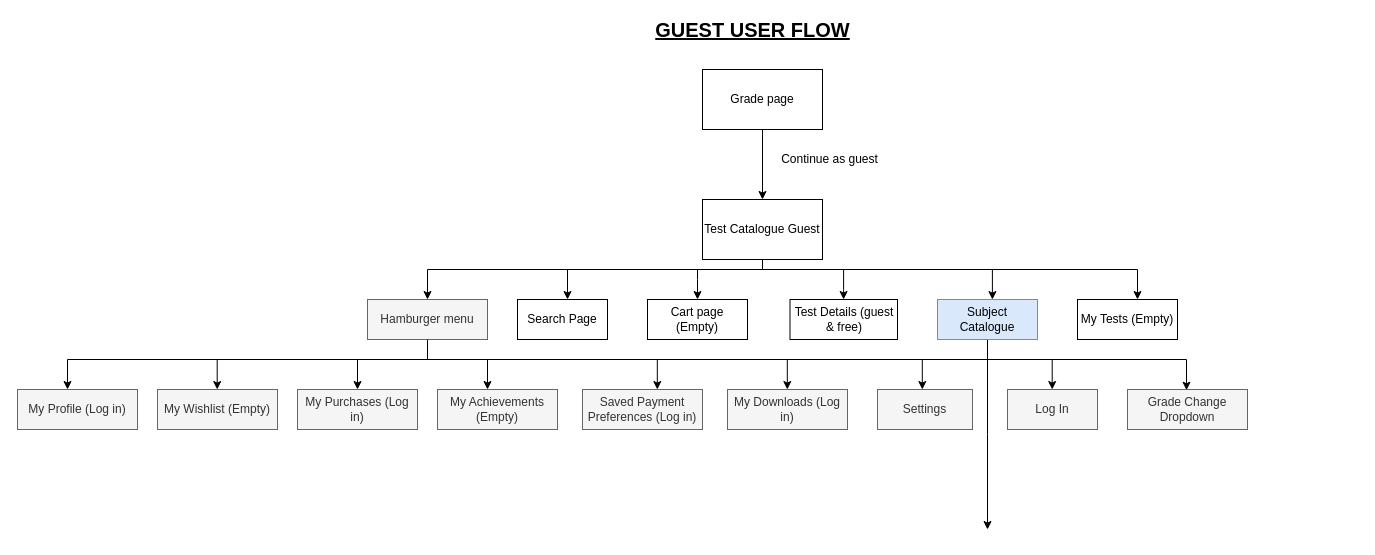
Above: Untitled Diagram.drawio in NetraRk/Bookstore-website-html-css (draw.io), before the change. Source tidied: cells renumbered, new cells numbered last; positions are measured from the earlier drawing's top-left corner, leaving out a move shared by most shapes. Both pictures are drawn from the tidied source at 100%, with x=0, y=0 at pixel (17, 19).
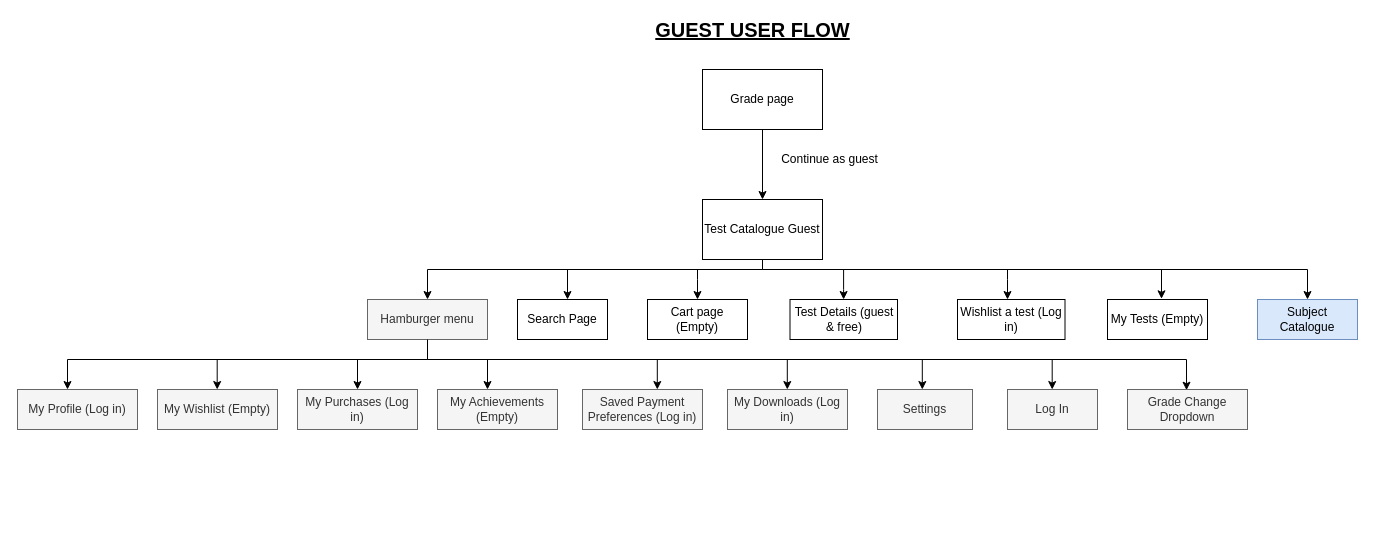
Above is the later version.

Unchanged cells that the change refers to:
```xml
<mxCell id="7" value="Test Catalogue Guest" style="rounded=0;whiteSpace=wrap;html=1;" parent="1" vertex="1">
  <mxGeometry x="685" y="180" width="120" height="60" as="geometry" />
</mxCell>
```

What changed in the source:
```diff
@@
-    <mxCell id="6" style="edgeStyle=orthogonalEdgeStyle;rounded=0;jettySize=auto;html=1;entryX=0.549;entryY=0.002;entryDx=0;entryDy=0;entryPerimeter=0;" parent="1" edge="1" source="7" target="19">
+    <mxCell id="6" style="edgeStyle=orthogonalEdgeStyle;rounded=0;jettySize=auto;html=1;entryX=0.54;entryY=-0.017;entryDx=0;entryDy=0;entryPerimeter=0;" parent="1" edge="1" source="7" target="19">
       <mxGeometry relative="1" as="geometry">
         <Array as="points">
           <mxPoint x="745" y="250" />
-          <mxPoint x="975" y="250" />
+          <mxPoint x="1144" y="250" />
         </Array>
       </mxGeometry>
     </mxCell>
@@
     <mxCell id="11" style="edgeStyle=orthogonalEdgeStyle;rounded=0;orthogonalLoop=1;jettySize=auto;html=1;" parent="1" edge="1">
       <mxGeometry relative="1" as="geometry">
-        <mxPoint x="800" y="250" as="sourcePoint" />
-        <mxPoint x="1120" y="280" as="targetPoint" />
+        <mxPoint x="970" y="250" as="sourcePoint" />
+        <mxPoint x="1290" y="280" as="targetPoint" />
         <Array as="points">
-          <mxPoint x="1120" y="250" />
+          <mxPoint x="1290" y="250" />
         </Array>
       </mxGeometry>
     </mxCell>
@@
-    <mxCell id="15" value="My Tests (Empty)" style="rounded=0;whiteSpace=wrap;html=1;" parent="1" vertex="1">
-      <mxGeometry x="1060" y="280" width="100" height="40" as="geometry" />
+    <mxCell id="15" value="Subject Catalogue" style="rounded=0;whiteSpace=wrap;html=1;fillColor=#dae8fc;strokeColor=#6c8ebf;" parent="1" vertex="1">
+      <mxGeometry x="1240" y="280" width="100" height="40" as="geometry" />
     </mxCell>
@@
-    <mxCell id="18" style="edgeStyle=orthogonalEdgeStyle;rounded=0;jettySize=auto;html=1;" parent="1" edge="1" source="19">
-      <mxGeometry relative="1" as="geometry">
-        <mxPoint x="970" y="510" as="targetPoint" />
-      </mxGeometry>
-    </mxCell>
-    <mxCell id="19" value="Subject Catalogue" style="rounded=0;whiteSpace=wrap;html=1;fillColor=#dae8fc;strokeColor=#6c8ebf;" parent="1" vertex="1">
-      <mxGeometry x="920" y="280" width="100" height="40" as="geometry" />
+    <mxCell id="19" value="My Tests (Empty)" style="rounded=0;whiteSpace=wrap;html=1;" parent="1" vertex="1">
+      <mxGeometry x="1090" y="280" width="100" height="40" as="geometry" />
     </mxCell>
@@
+    <mxCell id="38" style="edgeStyle=orthogonalEdgeStyle;rounded=0;orthogonalLoop=1;jettySize=auto;html=1;" parent="1" edge="1">
+      <mxGeometry relative="1" as="geometry">
+        <mxPoint x="990" y="250" as="sourcePoint" />
+        <mxPoint x="990" y="280" as="targetPoint" />
+        <Array as="points">
+          <mxPoint x="990" y="260" />
+          <mxPoint x="990" y="260" />
+        </Array>
+      </mxGeometry>
+    </mxCell>
+    <mxCell id="39" value="Wishlist a test (Log in)" style="rounded=0;whiteSpace=wrap;html=1;" parent="1" vertex="1">
+      <mxGeometry x="940" y="280" width="107.5" height="40" as="geometry" />
+    </mxCell>
```
